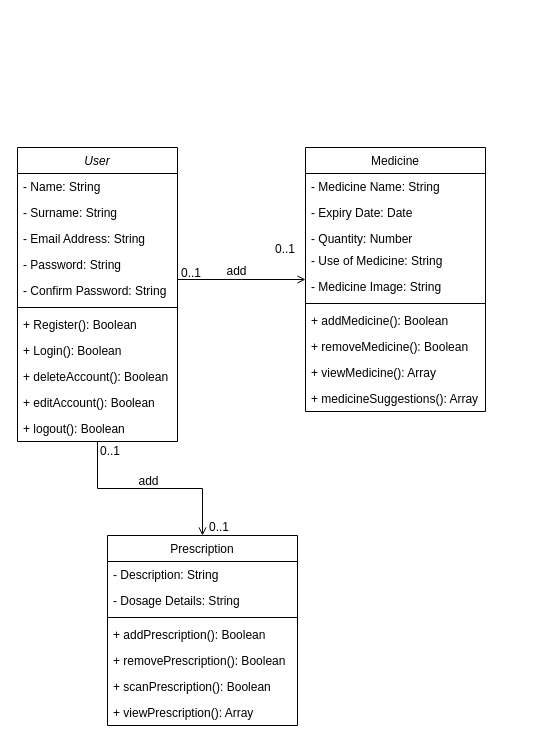
The draw.io diagram Class_Diagram.drawio in SJPatel123/CP-III, before the edit. Source tidied: cells renumbered, new cells numbered last; positions are measured from the earlier drawing's top-left corner, leaving out a move shared by most shapes. Both pictures are drawn from the tidied source at 100%, with x=0, y=0 at pixel (17, 147).
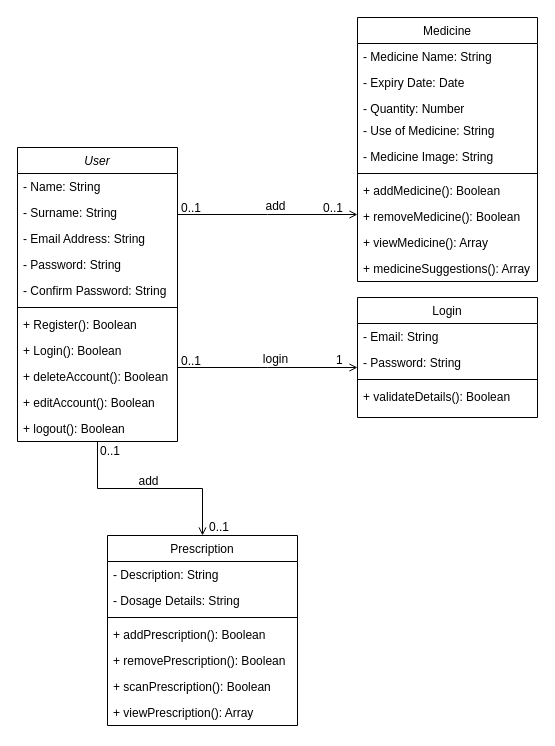
The same page after the edit.

Change to the diagram source:
```diff
@@
     <mxCell id="14" value="Medicine" style="swimlane;fontStyle=0;align=center;verticalAlign=top;horizontal=1;startSize=26;rounded=0;shadow=0;strokeWidth=1;" parent="1" vertex="1">
-      <mxGeometry x="288" width="180" height="264" as="geometry" />
+      <mxGeometry x="340" y="-130" width="180" height="264" as="geometry" />
     </mxCell>
@@
     <mxCell id="28" value="0..1" style="align=left;verticalAlign=bottom;labelBackgroundColor=none;fontSize=12;" parent="1" vertex="1">
-      <mxGeometry x="256" y="110" as="geometry" />
+      <mxGeometry x="304" y="69" as="geometry" />
     </mxCell>
@@
+    <mxCell id="41" style="endArrow=open;shadow=0;strokeWidth=1;rounded=0;endFill=1;edgeStyle=elbowEdgeStyle;elbow=vertical;" parent="1" edge="1">
+      <mxGeometry x="0.5" y="41" relative="1" as="geometry">
+        <mxPoint x="160" y="220" as="sourcePoint" />
+        <mxPoint x="340" y="220" as="targetPoint" />
+        <mxPoint x="-40" y="32" as="offset" />
+      </mxGeometry>
+    </mxCell>
+    <mxCell id="42" value="0..1" style="align=left;verticalAlign=bottom;labelBackgroundColor=none;fontSize=12;" parent="41" vertex="1">
+      <mxGeometry x="-1" relative="1" as="geometry">
+        <mxPoint x="2" y="2" as="offset" />
+      </mxGeometry>
+    </mxCell>
+    <mxCell id="43" value="login" style="text;html=1;align=center;verticalAlign=middle;labelBackgroundColor=none;rounded=0;shadow=0;strokeWidth=1;fontSize=12;" parent="41" vertex="1">
+      <mxGeometry x="0.5" y="49" relative="1" as="geometry">
+        <mxPoint x="-38" y="40" as="offset" />
+      </mxGeometry>
+    </mxCell>
+    <mxCell id="44" value="1" style="align=left;verticalAlign=bottom;labelBackgroundColor=none;fontSize=12;" parent="1" vertex="1">
+      <mxGeometry x="317" y="221" as="geometry" />
+    </mxCell>
+    <mxCell id="45" value="Login" style="swimlane;fontStyle=0;align=center;verticalAlign=top;horizontal=1;startSize=26;rounded=0;shadow=0;strokeWidth=1;" parent="1" vertex="1">
+      <mxGeometry x="340" y="150" width="180" height="120" as="geometry" />
+    </mxCell>
+    <mxCell id="46" value="- Email: String" style="text;align=left;verticalAlign=top;spacingLeft=4;spacingRight=4;overflow=hidden;rounded=0;shadow=0;html=0;" parent="45" vertex="1">
+      <mxGeometry y="26" width="180" height="26" as="geometry" />
+    </mxCell>
+    <mxCell id="47" value="- Password: String" style="text;align=left;verticalAlign=top;spacingLeft=4;spacingRight=4;overflow=hidden;rounded=0;shadow=0;html=0;" parent="45" vertex="1">
+      <mxGeometry y="52" width="180" height="26" as="geometry" />
+    </mxCell>
+    <mxCell id="48" style="line;html=1;strokeWidth=1;align=left;verticalAlign=middle;spacingTop=-1;spacingLeft=3;spacingRight=3;labelPosition=right;" parent="45" vertex="1">
+      <mxGeometry y="78" width="180" height="8" as="geometry" />
+    </mxCell>
+    <mxCell id="49" value="+ validateDetails(): Boolean" style="text;align=left;verticalAlign=top;spacingLeft=4;spacingRight=4;overflow=hidden;" parent="45" vertex="1">
+      <mxGeometry y="86" width="180" height="26" as="geometry" />
+    </mxCell>
```
